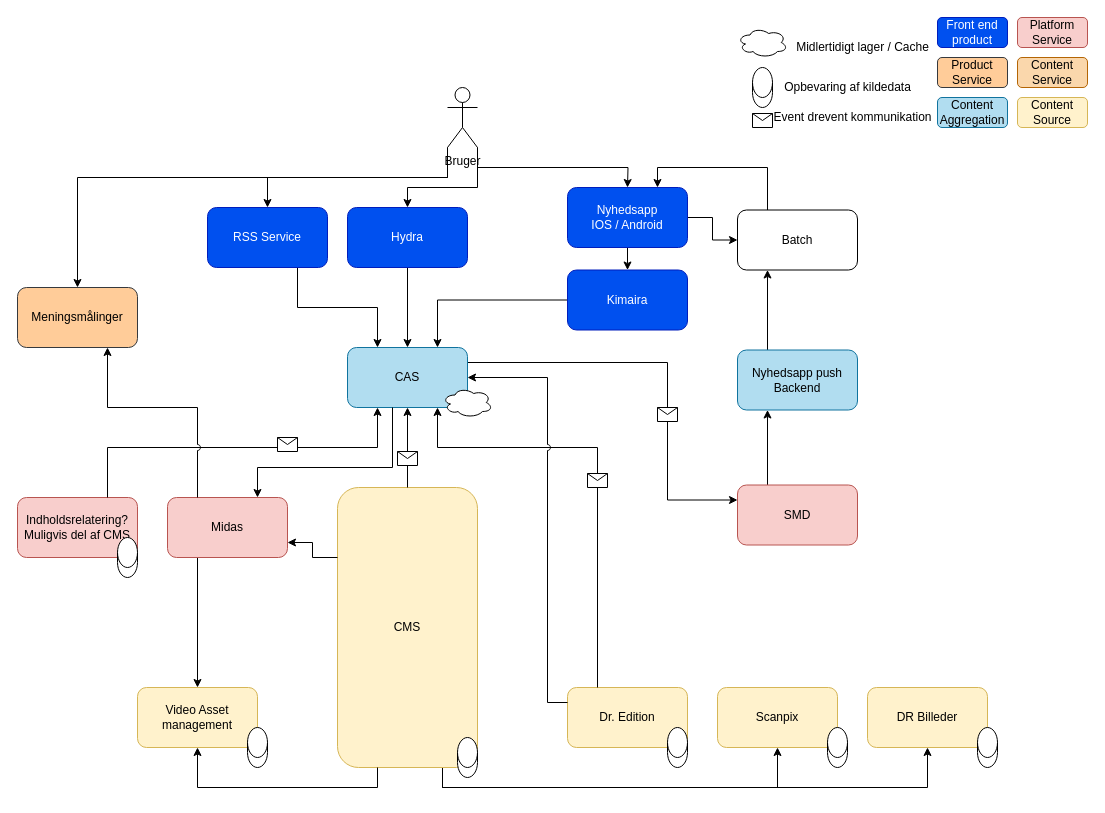
Above: page "To Be udgivelseskæden" (5 of 5) of draw-io/målarkitektur.drawio in drdkjtop/arkitektur (draw.io), before the change. Source tidied: cells renumbered, new cells numbered last; positions are measured from the earlier drawing's top-left corner, leaving out a move shared by most shapes. Both pictures are drawn from the tidied source at 100%, with x=0, y=0 at pixel (17, 17).
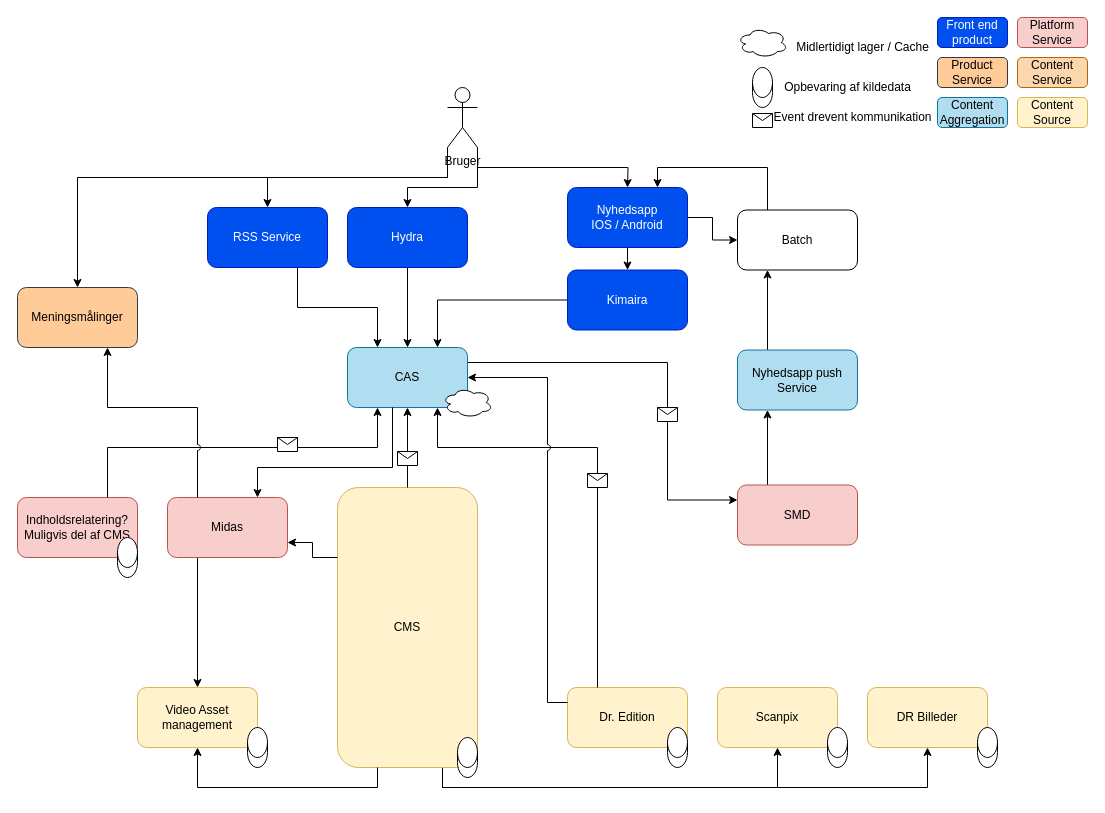
The same page after the edit.

Diff of the diagram source:
```diff
@@
-    <mxCell id="49" value="Nyhedsapp push Backend&lt;br&gt;" style="rounded=1;whiteSpace=wrap;html=1;fillColor=#b1ddf0;strokeColor=#10739e;" parent="1" vertex="1">
+    <mxCell id="49" value="Nyhedsapp push Service" style="rounded=1;whiteSpace=wrap;html=1;fillColor=#b1ddf0;strokeColor=#10739e;" parent="1" vertex="1">
       <mxGeometry x="720" y="332.5" width="120" height="60" as="geometry" />
     </mxCell>
```
